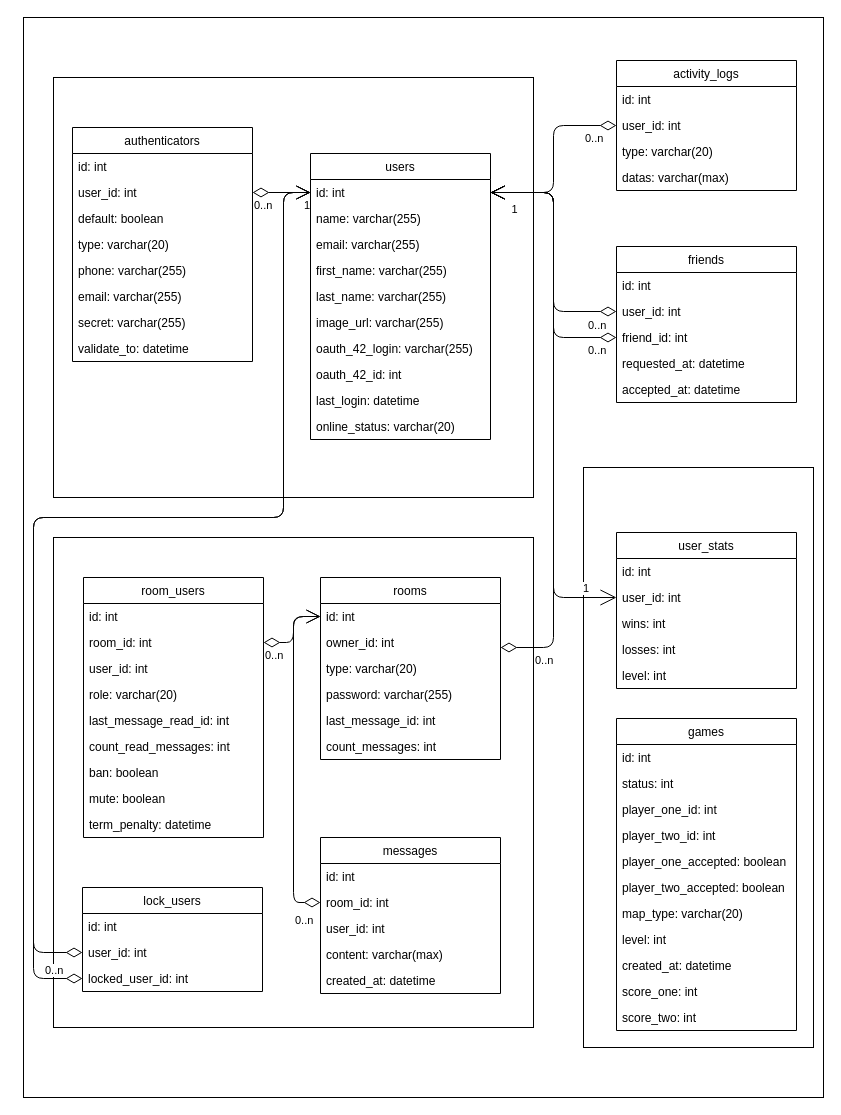
0xOnyx/42_ft_transcendence keeps this draw.io diagram as docs/database.drawio. Above is the earlier version. Source tidied: cells renumbered, new cells numbered last; positions are measured from the earlier drawing's top-left corner, leaving out a move shared by most shapes. Both pictures are drawn from the tidied source at 100%, with x=0, y=0 at pixel (23, 17).
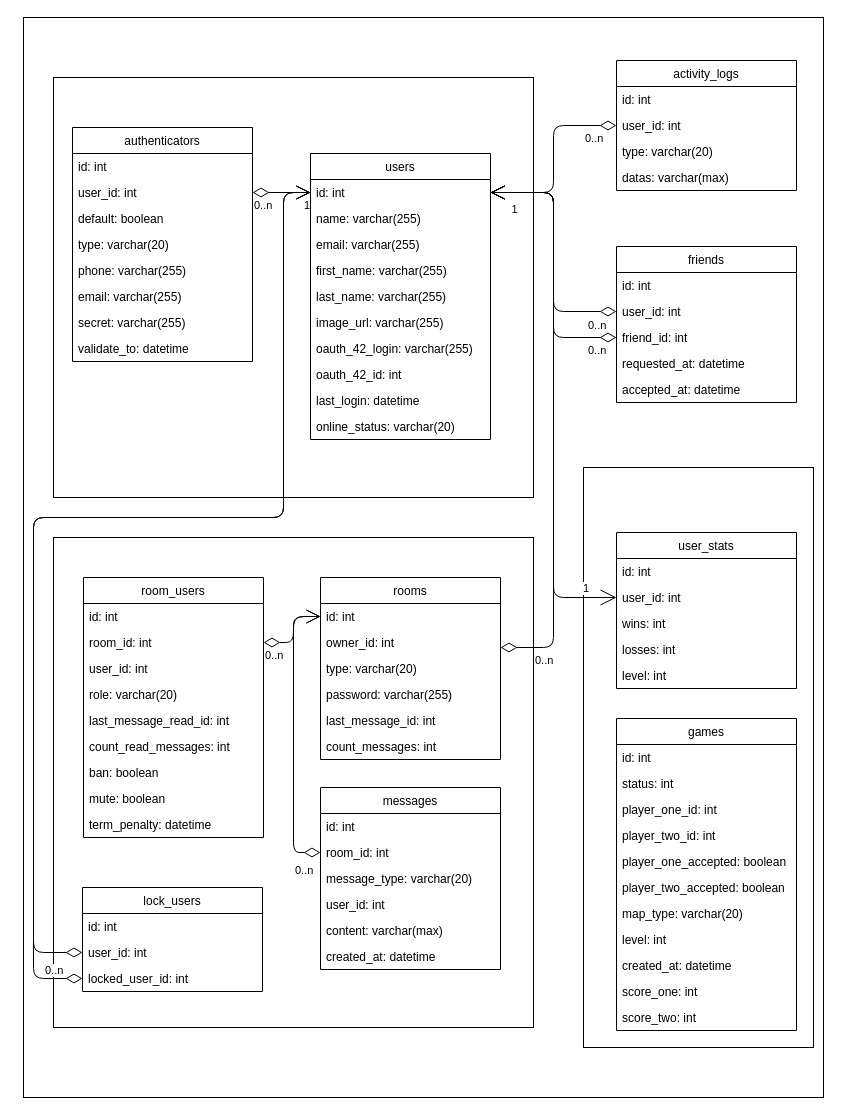
After the change.

Commit message (it also covers changes not shown here):
add message_type to messages table

The change refers to these unchanged cells:
```xml
<mxCell id="53" value="id: int" style="text;strokeColor=none;fillColor=none;align=left;verticalAlign=top;spacingLeft=4;spacingRight=4;overflow=hidden;points=[[0,0.5],[1,0.5]];portConstraint=eastwest;" parent="52" vertex="1">
  <mxGeometry y="26" width="180" height="26" as="geometry" />
</mxCell>
<mxCell id="61" value="room_id: int" style="text;strokeColor=none;fillColor=none;align=left;verticalAlign=top;spacingLeft=4;spacingRight=4;overflow=hidden;points=[[0,0.5],[1,0.5]];portConstraint=eastwest;" parent="59" vertex="1">
  <mxGeometry y="52" width="180" height="26" as="geometry" />
</mxCell>
```

What changed in the source:
```diff
@@
     <mxCell id="59" value="messages" style="swimlane;fontStyle=0;horizontal=1;startSize=26;fillColor=none;" parent="1" vertex="1">
-      <mxGeometry x="297" y="820" width="180" height="156" as="geometry" />
+      <mxGeometry x="297" y="770" width="180" height="182" as="geometry" />
     </mxCell>
@@
+    <mxCell id="103" value="message_type: varchar(20)" style="text;strokeColor=none;fillColor=none;align=left;verticalAlign=top;spacingLeft=4;spacingRight=4;overflow=hidden;" parent="59" vertex="1">
+      <mxGeometry y="78" width="180" height="26" as="geometry" />
+    </mxCell>
     <mxCell id="62" value="user_id: int" style="text;strokeColor=none;fillColor=none;align=left;verticalAlign=top;spacingLeft=4;spacingRight=4;overflow=hidden;" parent="59" vertex="1">
-      <mxGeometry y="78" width="180" height="26" as="geometry" />
+      <mxGeometry y="104" width="180" height="26" as="geometry" />
     </mxCell>
     <mxCell id="63" value="content: varchar(max)" style="text;strokeColor=none;fillColor=none;align=left;verticalAlign=top;spacingLeft=4;spacingRight=4;overflow=hidden;" parent="59" vertex="1">
-      <mxGeometry y="104" width="180" height="26" as="geometry" />
+      <mxGeometry y="130" width="180" height="26" as="geometry" />
     </mxCell>
     <mxCell id="64" value="created_at: datetime" style="text;strokeColor=none;fillColor=none;align=left;verticalAlign=top;spacingLeft=4;spacingRight=4;overflow=hidden;" parent="59" vertex="1">
-      <mxGeometry y="130" width="180" height="26" as="geometry" />
+      <mxGeometry y="156" width="180" height="26" as="geometry" />
     </mxCell>
@@
-    <mxCell id="95" style="endArrow=open;html=1;endSize=12;startArrow=diamondThin;startSize=14;startFill=0;edgeStyle=orthogonalEdgeStyle;" parent="1" edge="1" source="61" target="53">
+    <mxCell id="95" style="endArrow=open;html=1;endSize=12;startArrow=diamondThin;startSize=14;startFill=0;edgeStyle=orthogonalEdgeStyle;exitX=0;exitY=0.5;exitDx=0;exitDy=0;" parent="1" edge="1" source="61" target="53">
       <mxGeometry relative="1" as="geometry">
         <Array as="points">
-          <mxPoint x="270" y="885" />
+          <mxPoint x="270" y="835" />
           <mxPoint x="270" y="599" />
         </Array>
       </mxGeometry>
     </mxCell>
```
